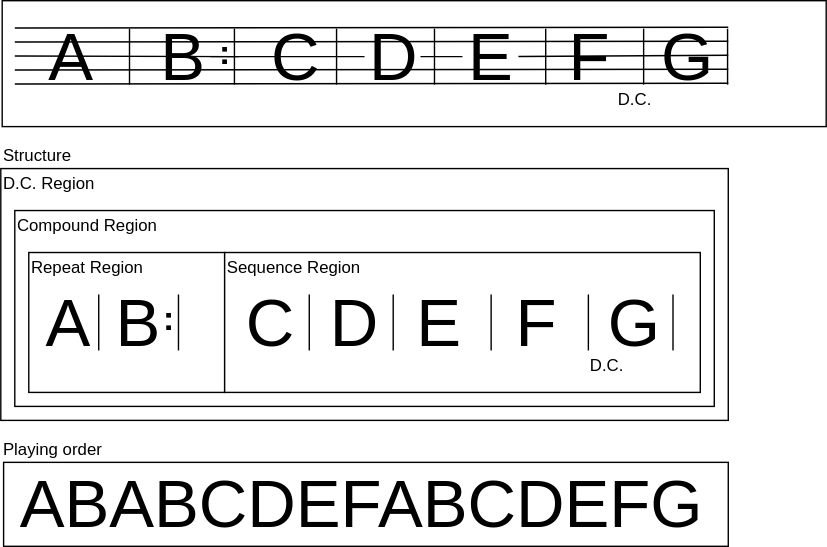
Before: docs/repeat/example08-03.drawio.svg, a diagram exported from draw.io (ruimo/klavier-core). Source tidied: cells renumbered, new cells last; positions are measured from the earlier drawing's top-left corner, leaving out a move shared by most shapes.
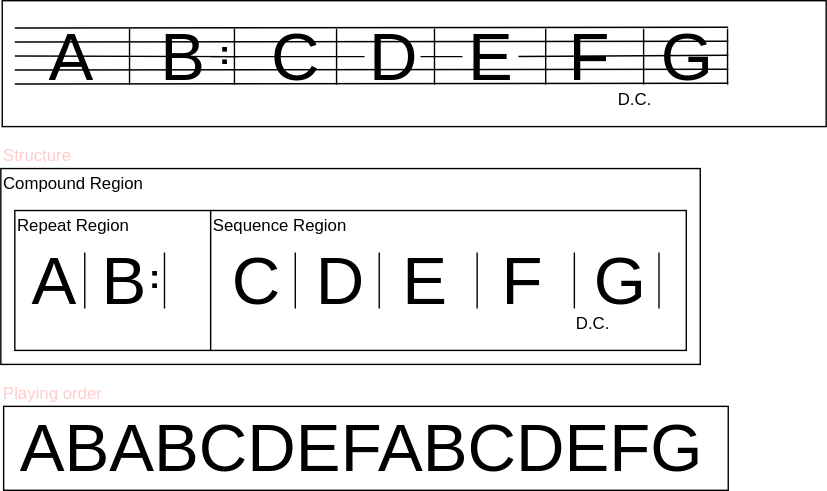
The same diagram one commit later.

Diff of the diagram source:
```diff
@@ -5,9 +5,6 @@
     <mxCell id="2" style="rounded=0;whiteSpace=wrap;html=1;" parent="1" vertex="1">
       <mxGeometry x="1" width="589" height="90" as="geometry" />
     </mxCell>
-    <mxCell id="3" style="rounded=0;whiteSpace=wrap;html=1;" parent="1" vertex="1">
-      <mxGeometry y="120" width="520" height="180" as="geometry" />
-    </mxCell>
     <mxCell id="4" style="endArrow=none;html=1;" parent="1" edge="1">
       <mxGeometry relative="1" as="geometry">
         <mxPoint x="10" y="29.5" as="sourcePoint" />
@@ -43,9 +40,6 @@
     <mxCell id="10" value="&lt;font style=&quot;font-size: 48px&quot;&gt;B&lt;/font&gt;" style="text;html=1;strokeColor=none;fillColor=none;align=center;verticalAlign=middle;whiteSpace=wrap;rounded=0;" parent="1" vertex="1">
       <mxGeometry x="110" y="30" width="40" height="20" as="geometry" />
     </mxCell>
-    <mxCell id="11" value="D.C. Region" style="text;html=1;strokeColor=none;fillColor=none;align=left;verticalAlign=middle;whiteSpace=wrap;rounded=0;" parent="1" vertex="1">
-      <mxGeometry y="120" width="200" height="20" as="geometry" />
-    </mxCell>
     <mxCell id="12" value="&lt;font style=&quot;font-size: 48px&quot;&gt;C&lt;/font&gt;" style="text;html=1;strokeColor=none;fillColor=none;align=center;verticalAlign=middle;whiteSpace=wrap;rounded=0;" parent="1" vertex="1">
       <mxGeometry x="190" y="30" width="40" height="20" as="geometry" />
     </mxCell>
@@ -56,10 +50,10 @@
       </mxGeometry>
     </mxCell>
     <mxCell id="14" style="rounded=0;whiteSpace=wrap;html=1;" parent="1" vertex="1">
-      <mxGeometry x="10" y="150" width="500" height="140" as="geometry" />
+      <mxGeometry y="120" width="500" height="140" as="geometry" />
     </mxCell>
     <mxCell id="15" value="Compound Region" style="text;html=1;strokeColor=none;fillColor=none;align=left;verticalAlign=middle;whiteSpace=wrap;rounded=0;" parent="1" vertex="1">
-      <mxGeometry x="10" y="150" width="150" height="20" as="geometry" />
+      <mxGeometry y="120" width="150" height="20" as="geometry" />
     </mxCell>
     <mxCell id="16" style="group;" parent="1" vertex="1">
       <mxGeometry x="213" y="20" width="40" height="40" as="geometry" />
@@ -107,28 +101,28 @@
       </mxGeometry>
     </mxCell>
     <mxCell id="28" style="rounded=0;whiteSpace=wrap;html=1;" parent="1" vertex="1">
-      <mxGeometry x="20" y="180" width="140" height="100" as="geometry" />
+      <mxGeometry x="10" y="150" width="140" height="100" as="geometry" />
     </mxCell>
     <mxCell id="29" value="Repeat Region" style="text;html=1;strokeColor=none;fillColor=none;align=left;verticalAlign=middle;whiteSpace=wrap;rounded=0;" parent="1" vertex="1">
-      <mxGeometry x="20" y="180" width="105" height="20" as="geometry" />
+      <mxGeometry x="10" y="150" width="105" height="20" as="geometry" />
     </mxCell>
     <mxCell id="30" value="&lt;font style=&quot;font-size: 48px&quot;&gt;A&lt;/font&gt;" style="text;html=1;strokeColor=none;fillColor=none;align=center;verticalAlign=middle;whiteSpace=wrap;rounded=0;" parent="1" vertex="1">
-      <mxGeometry x="27.5" y="220" width="40" height="20" as="geometry" />
+      <mxGeometry x="17.5" y="190" width="40" height="20" as="geometry" />
     </mxCell>
     <mxCell id="31" value="&lt;font style=&quot;font-size: 48px&quot;&gt;B&lt;/font&gt;" style="text;html=1;strokeColor=none;fillColor=none;align=center;verticalAlign=middle;whiteSpace=wrap;rounded=0;" parent="1" vertex="1">
-      <mxGeometry x="77.5" y="220" width="40" height="20" as="geometry" />
+      <mxGeometry x="67.5" y="190" width="40" height="20" as="geometry" />
     </mxCell>
     <mxCell id="32" style="endArrow=none;html=1;" parent="1" edge="1">
       <mxGeometry relative="1" as="geometry">
-        <mxPoint x="70" y="250" as="sourcePoint" />
-        <mxPoint x="70" y="210" as="targetPoint" />
+        <mxPoint x="60" y="220" as="sourcePoint" />
+        <mxPoint x="60" y="180" as="targetPoint" />
       </mxGeometry>
     </mxCell>
     <mxCell id="33" style="rounded=0;whiteSpace=wrap;html=1;" parent="1" vertex="1">
-      <mxGeometry x="160" y="180" width="340" height="100" as="geometry" />
+      <mxGeometry x="150" y="150" width="340" height="100" as="geometry" />
     </mxCell>
     <mxCell id="34" value="Sequence Region" style="text;html=1;strokeColor=none;fillColor=none;align=left;verticalAlign=middle;whiteSpace=wrap;rounded=0;" parent="1" vertex="1">
-      <mxGeometry x="160" y="180" width="105" height="20" as="geometry" />
+      <mxGeometry x="150" y="150" width="105" height="20" as="geometry" />
     </mxCell>
     <mxCell id="35" style="endArrow=none;html=1;" parent="1" edge="1">
       <mxGeometry relative="1" as="geometry">
@@ -167,7 +161,7 @@
       <mxGeometry y="7" width="40" height="20" as="geometry" />
     </mxCell>
     <mxCell id="44" style="group;" parent="1" vertex="1">
-      <mxGeometry x="100" y="210" width="40" height="40" as="geometry" />
+      <mxGeometry x="90" y="180" width="40" height="40" as="geometry" />
     </mxCell>
     <mxCell id="45" style="group;" parent="44" vertex="1">
       <mxGeometry width="40" height="40" as="geometry" />
@@ -188,55 +182,55 @@
       <mxGeometry y="7" width="40" height="20" as="geometry" />
     </mxCell>
     <mxCell id="50" value="&lt;font style=&quot;font-size: 48px&quot;&gt;C&lt;/font&gt;" style="text;html=1;strokeColor=none;fillColor=none;align=center;verticalAlign=middle;whiteSpace=wrap;rounded=0;" parent="1" vertex="1">
-      <mxGeometry x="172.5" y="220" width="40" height="20" as="geometry" />
+      <mxGeometry x="162.5" y="190" width="40" height="20" as="geometry" />
     </mxCell>
     <mxCell id="51" style="endArrow=none;html=1;" parent="1" edge="1">
       <mxGeometry relative="1" as="geometry">
-        <mxPoint x="220.5" y="250" as="sourcePoint" />
-        <mxPoint x="220.5" y="210" as="targetPoint" />
+        <mxPoint x="210.5" y="220" as="sourcePoint" />
+        <mxPoint x="210.5" y="180" as="targetPoint" />
       </mxGeometry>
     </mxCell>
     <mxCell id="52" value="D.C." style="text;html=1;strokeColor=none;fillColor=none;align=center;verticalAlign=middle;whiteSpace=wrap;rounded=0;" parent="1" vertex="1">
       <mxGeometry x="432.5" y="60" width="40" height="20" as="geometry" />
     </mxCell>
     <mxCell id="53" value="&lt;font style=&quot;font-size: 48px&quot;&gt;D&lt;/font&gt;" style="text;html=1;strokeColor=none;fillColor=none;align=center;verticalAlign=middle;whiteSpace=wrap;rounded=0;" parent="1" vertex="1">
-      <mxGeometry x="232.5" y="220" width="40" height="20" as="geometry" />
+      <mxGeometry x="222.5" y="190" width="40" height="20" as="geometry" />
     </mxCell>
     <mxCell id="54" style="endArrow=none;html=1;" parent="1" edge="1">
       <mxGeometry relative="1" as="geometry">
-        <mxPoint x="280.5" y="250" as="sourcePoint" />
-        <mxPoint x="280.5" y="210" as="targetPoint" />
+        <mxPoint x="270.5" y="220" as="sourcePoint" />
+        <mxPoint x="270.5" y="180" as="targetPoint" />
       </mxGeometry>
     </mxCell>
     <mxCell id="55" value="&lt;font style=&quot;font-size: 48px&quot;&gt;E&lt;/font&gt;" style="text;html=1;strokeColor=none;fillColor=none;align=center;verticalAlign=middle;whiteSpace=wrap;rounded=0;" parent="1" vertex="1">
-      <mxGeometry x="292.5" y="220" width="40" height="20" as="geometry" />
+      <mxGeometry x="282.5" y="190" width="40" height="20" as="geometry" />
     </mxCell>
     <mxCell id="56" style="endArrow=none;html=1;" parent="1" edge="1">
       <mxGeometry relative="1" as="geometry">
-        <mxPoint x="350.5" y="250" as="sourcePoint" />
-        <mxPoint x="350.5" y="210" as="targetPoint" />
+        <mxPoint x="340.5" y="220" as="sourcePoint" />
+        <mxPoint x="340.5" y="180" as="targetPoint" />
       </mxGeometry>
     </mxCell>
     <mxCell id="57" value="&lt;font style=&quot;font-size: 48px&quot;&gt;F&lt;/font&gt;" style="text;html=1;strokeColor=none;fillColor=none;align=center;verticalAlign=middle;whiteSpace=wrap;rounded=0;" parent="1" vertex="1">
-      <mxGeometry x="362.5" y="220" width="40" height="20" as="geometry" />
+      <mxGeometry x="352.5" y="190" width="40" height="20" as="geometry" />
     </mxCell>
     <mxCell id="58" style="endArrow=none;html=1;" parent="1" edge="1">
       <mxGeometry relative="1" as="geometry">
-        <mxPoint x="420" y="250" as="sourcePoint" />
-        <mxPoint x="420" y="210" as="targetPoint" />
+        <mxPoint x="410" y="220" as="sourcePoint" />
+        <mxPoint x="410" y="180" as="targetPoint" />
       </mxGeometry>
     </mxCell>
     <mxCell id="59" style="rounded=0;whiteSpace=wrap;html=1;" parent="1" vertex="1">
-      <mxGeometry x="2" y="330" width="518" height="60" as="geometry" />
+      <mxGeometry x="2" y="290" width="518" height="60" as="geometry" />
     </mxCell>
     <mxCell id="60" value="&lt;font style=&quot;font-size: 48px&quot;&gt;ABABCDEFABCDEFG&lt;/font&gt;" style="text;html=1;strokeColor=none;fillColor=none;align=left;verticalAlign=middle;whiteSpace=wrap;rounded=0;" parent="1" vertex="1">
-      <mxGeometry x="12" y="350" width="40" height="20" as="geometry" />
+      <mxGeometry x="12" y="310" width="40" height="20" as="geometry" />
     </mxCell>
-    <mxCell id="61" value="Structure" style="text;html=1;strokeColor=none;fillColor=none;align=left;verticalAlign=middle;whiteSpace=wrap;rounded=0;" parent="1" vertex="1">
+    <mxCell id="61" value="Structure" style="text;html=1;strokeColor=none;fillColor=none;align=left;verticalAlign=middle;whiteSpace=wrap;rounded=0;fontColor=#FFCCCC;" parent="1" vertex="1">
       <mxGeometry y="100" width="140" height="20" as="geometry" />
     </mxCell>
-    <mxCell id="62" value="Playing order" style="text;html=1;strokeColor=none;fillColor=none;align=left;verticalAlign=middle;whiteSpace=wrap;rounded=0;" parent="1" vertex="1">
-      <mxGeometry y="310" width="140" height="20" as="geometry" />
+    <mxCell id="62" value="Playing order" style="text;html=1;strokeColor=none;fillColor=none;align=left;verticalAlign=middle;whiteSpace=wrap;rounded=0;fontColor=#FFCCCC;" parent="1" vertex="1">
+      <mxGeometry y="270" width="140" height="20" as="geometry" />
     </mxCell>
     <mxCell id="63" value="&lt;font style=&quot;font-size: 48px&quot;&gt;G&lt;/font&gt;" style="text;html=1;strokeColor=none;fillColor=none;align=center;verticalAlign=middle;whiteSpace=wrap;rounded=0;" parent="1" vertex="1">
       <mxGeometry x="470" y="30" width="40" height="20" as="geometry" />
@@ -248,16 +242,16 @@
       </mxGeometry>
     </mxCell>
     <mxCell id="65" value="&lt;font style=&quot;font-size: 48px&quot;&gt;G&lt;/font&gt;" style="text;html=1;strokeColor=none;fillColor=none;align=center;verticalAlign=middle;whiteSpace=wrap;rounded=0;" parent="1" vertex="1">
-      <mxGeometry x="432.5" y="220" width="40" height="20" as="geometry" />
+      <mxGeometry x="422.5" y="190" width="40" height="20" as="geometry" />
     </mxCell>
     <mxCell id="66" style="endArrow=none;html=1;" parent="1" edge="1">
       <mxGeometry relative="1" as="geometry">
-        <mxPoint x="480.5" y="250" as="sourcePoint" />
-        <mxPoint x="480.5" y="210" as="targetPoint" />
+        <mxPoint x="470.5" y="220" as="sourcePoint" />
+        <mxPoint x="470.5" y="180" as="targetPoint" />
       </mxGeometry>
     </mxCell>
     <mxCell id="67" value="D.C." style="text;html=1;strokeColor=none;fillColor=none;align=center;verticalAlign=middle;whiteSpace=wrap;rounded=0;" parent="1" vertex="1">
-      <mxGeometry x="412.5" y="250" width="40" height="20" as="geometry" />
+      <mxGeometry x="402.5" y="220" width="40" height="20" as="geometry" />
     </mxCell>
   </root>
 </mxGraphModel>
```
